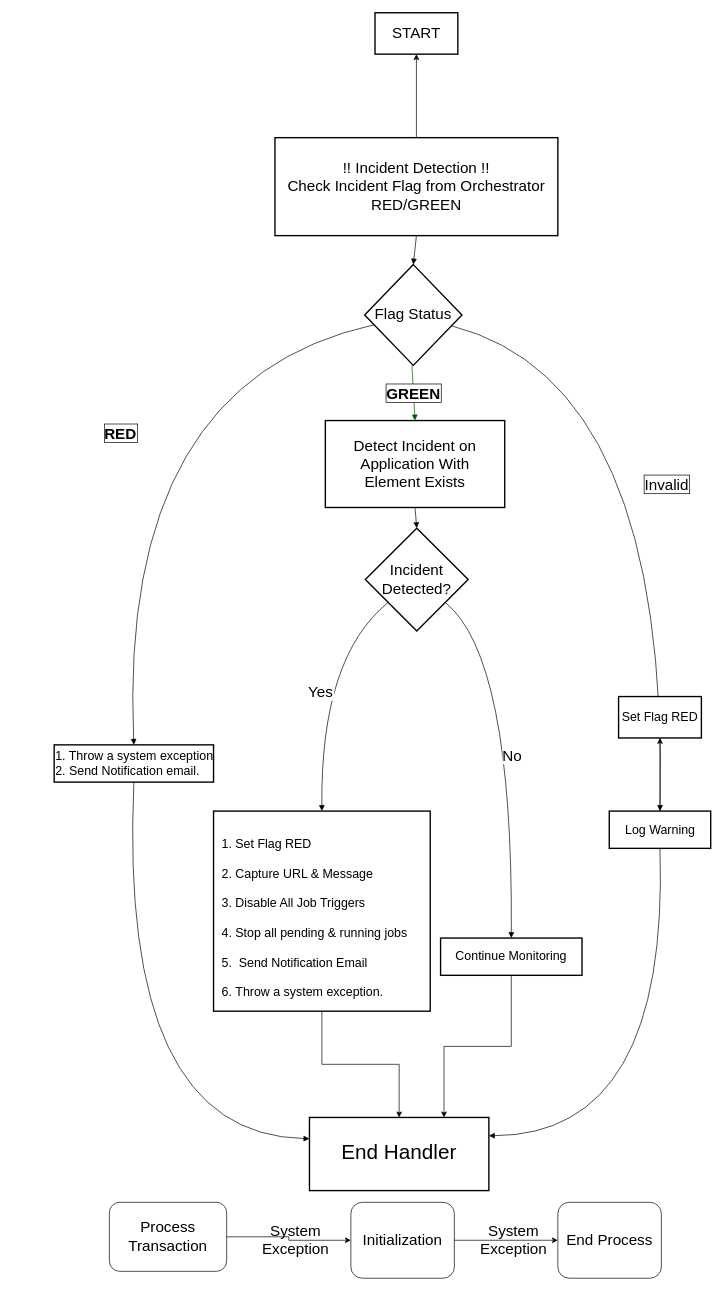
The draw.io diagram Untitled Diagram.drawio in harshitsharmatpg/vault, before the edit. Source tidied: cells renumbered, new cells numbered last; positions are measured from the earlier drawing's top-left corner, leaving out a move shared by most shapes. Both pictures are drawn from the tidied source at 69%, with x=0, y=0 at pixel (54, 12).
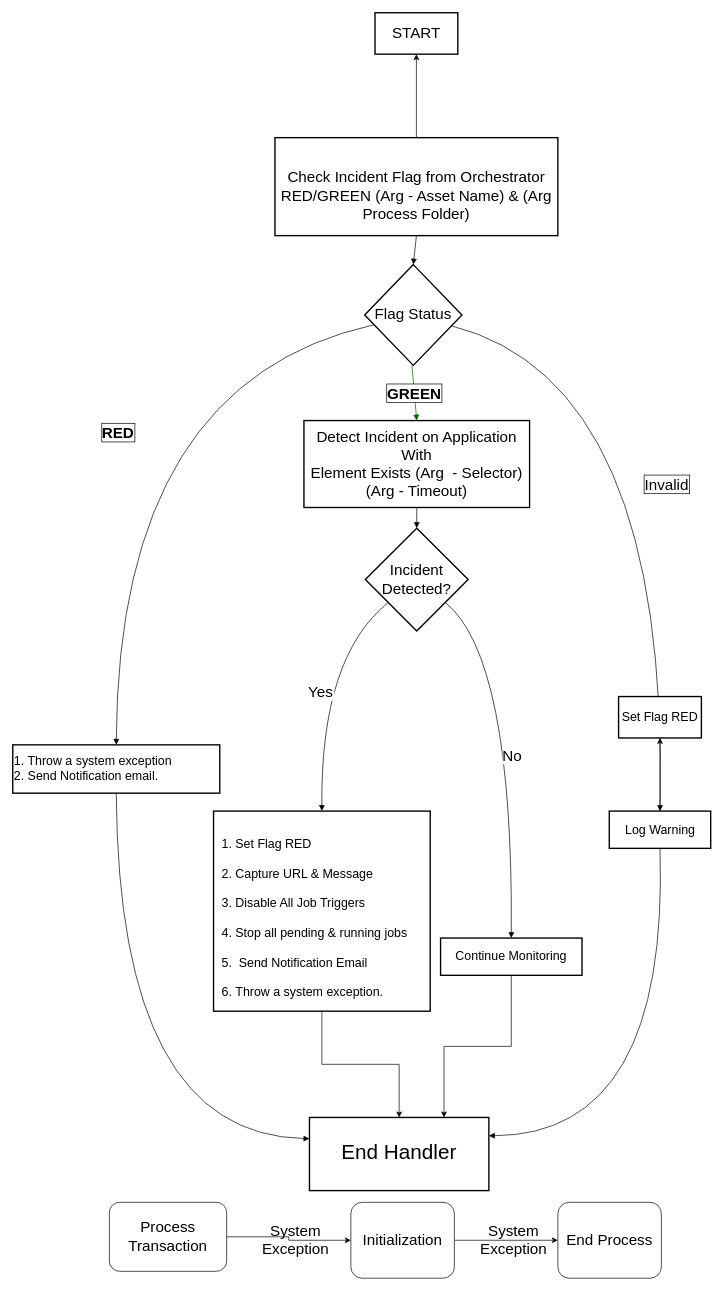
The same page after the edit.

The edit, as a diff of the source:
```diff
@@
-    <mxCell id="3" value="!! Incident Detection !!&#10;Check Incident Flag from Orchestrator&#10;RED/GREEN" style="whiteSpace=wrap;strokeWidth=2;fontSize=22;" parent="1" vertex="1">
+    <mxCell id="3" value="&#10;Check Incident Flag from Orchestrator&#10;RED/GREEN (Arg - Asset Name) &amp; (Arg Process Folder)" style="whiteSpace=wrap;strokeWidth=2;fontSize=22;" parent="1" vertex="1">
       <mxGeometry x="320" y="181" width="410" height="142" as="geometry" />
     </mxCell>
@@
     <mxCell id="5" value="1. Throw a system exception&#10;2. Send Notification email." style="whiteSpace=wrap;strokeWidth=2;fontSize=18;align=left;" parent="1" vertex="1">
-      <mxGeometry y="1061" width="231" height="54" as="geometry" />
+      <mxGeometry x="-60" y="1061" width="300" height="70" as="geometry" />
     </mxCell>
-    <mxCell id="6" value="Detect Incident on Application With&#10;Element Exists" style="whiteSpace=wrap;strokeWidth=2;fontSize=22;" parent="1" vertex="1">
-      <mxGeometry x="393" y="591" width="260" height="126" as="geometry" />
+    <mxCell id="6" value="Detect Incident on Application With&#10;Element Exists (Arg  - Selector) (Arg - Timeout)" style="whiteSpace=wrap;strokeWidth=2;fontSize=22;" parent="1" vertex="1">
+      <mxGeometry x="362" y="591" width="327" height="126" as="geometry" />
     </mxCell>
```
